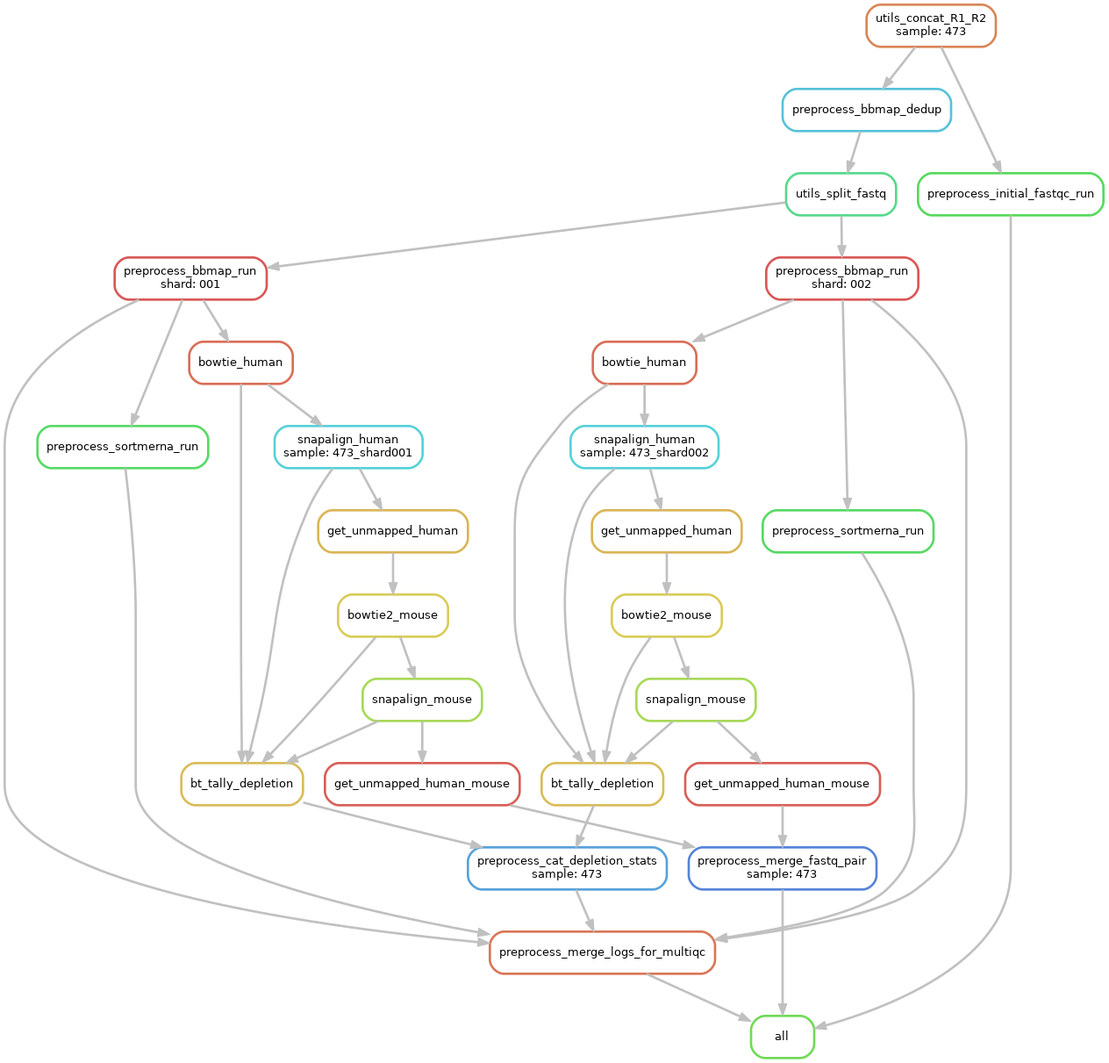
This is images/preprocess_dag.png from vdblab/vdblab-shotgun, a Graphviz export, as it was before one commit. Its source is kept beside it as images/preprocess_dag.dot.
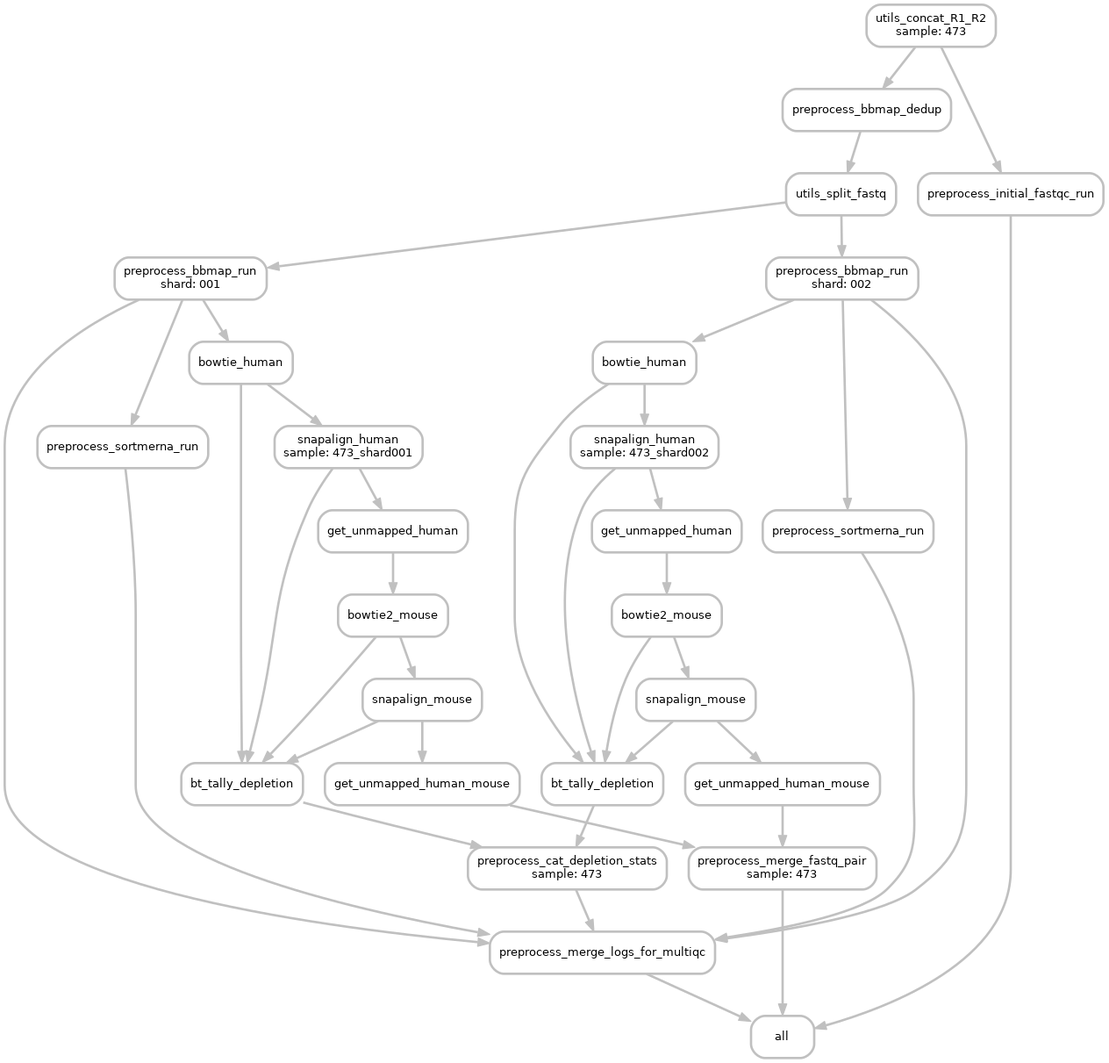
After the change.

The edit, as a diff of the source:
```diff
@@ -2,32 +2,32 @@
     graph[bgcolor=white, margin=0];
     node[shape=box, style=rounded, fontname=sans,                 fontsize=10, penwidth=2];
     edge[penwidth=2, color=grey];
-	0[label = "all", color = "0.30 0.6 0.85", style="rounded"];
-	1[label = "preprocess_merge_fastq_pair\nsample: 473", color = "0.61 0.6 0.85", style="rounded"];
-	2[label = "get_unmapped_human_mouse", color = "0.01 0.6 0.85", style="rounded"];
-	3[label = "snapalign_mouse", color = "0.23 0.6 0.85", style="rounded"];
-	4[label = "bowtie2_mouse", color = "0.15 0.6 0.85", style="rounded"];
-	5[label = "get_unmapped_human", color = "0.12 0.6 0.85", style="rounded"];
-	6[label = "snapalign_human\nsample: 473_shard001", color = "0.51 0.6 0.85", style="rounded"];
-	7[label = "bowtie_human", color = "0.03 0.6 0.85", style="rounded"];
-	8[label = "preprocess_bbmap_run\nshard: 001", color = "0.00 0.6 0.85", style="rounded"];
-	9[label = "utils_split_fastq", color = "0.40 0.6 0.85", style="rounded"];
-	10[label = "preprocess_bbmap_dedup", color = "0.53 0.6 0.85", style="rounded"];
-	11[label = "utils_concat_R1_R2\nsample: 473", color = "0.06 0.6 0.85", style="rounded"];
-	12[label = "get_unmapped_human_mouse", color = "0.01 0.6 0.85", style="rounded"];
-	13[label = "snapalign_mouse", color = "0.23 0.6 0.85", style="rounded"];
-	14[label = "bowtie2_mouse", color = "0.15 0.6 0.85", style="rounded"];
-	15[label = "get_unmapped_human", color = "0.12 0.6 0.85", style="rounded"];
-	16[label = "snapalign_human\nsample: 473_shard002", color = "0.51 0.6 0.85", style="rounded"];
-	17[label = "bowtie_human", color = "0.03 0.6 0.85", style="rounded"];
-	18[label = "preprocess_bbmap_run\nshard: 002", color = "0.00 0.6 0.85", style="rounded"];
-	19[label = "preprocess_merge_logs_for_multiqc", color = "0.04 0.6 0.85", style="rounded"];
-	20[label = "preprocess_sortmerna_run", color = "0.35 0.6 0.85", style="rounded"];
-	21[label = "preprocess_sortmerna_run", color = "0.35 0.6 0.85", style="rounded"];
-	22[label = "preprocess_cat_depletion_stats\nsample: 473", color = "0.57 0.6 0.85", style="rounded"];
-	23[label = "bt_tally_depletion", color = "0.13 0.6 0.85", style="rounded"];
-	24[label = "bt_tally_depletion", color = "0.13 0.6 0.85", style="rounded"];
-	25[label = "preprocess_initial_fastqc_run", color = "0.34 0.6 0.85", style="rounded"];
+	0[label = "all", color = "grey", style="rounded"];
+	1[label = "preprocess_merge_fastq_pair\nsample: 473", color = "grey", style="rounded"];
+	2[label = "get_unmapped_human_mouse", color = "grey", style="rounded"];
+	3[label = "snapalign_mouse", color = "grey", style="rounded"];
+	4[label = "bowtie2_mouse", color = "grey", style="rounded"];
+	5[label = "get_unmapped_human", color = "grey", style="rounded"];
+	6[label = "snapalign_human\nsample: 473_shard001", color = "grey", style="rounded"];
+	7[label = "bowtie_human", color = "grey", style="rounded"];
+	8[label = "preprocess_bbmap_run\nshard: 001", color = "grey", style="rounded"];
+	9[label = "utils_split_fastq", color = "grey", style="rounded"];
+	10[label = "preprocess_bbmap_dedup", color = "grey", style="rounded"];
+	11[label = "utils_concat_R1_R2\nsample: 473", color = "grey", style="rounded"];
+	12[label = "get_unmapped_human_mouse", color = "grey", style="rounded"];
+	13[label = "snapalign_mouse", color = "grey", style="rounded"];
+	14[label = "bowtie2_mouse", color = "grey", style="rounded"];
+	15[label = "get_unmapped_human", color = "grey", style="rounded"];
+	16[label = "snapalign_human\nsample: 473_shard002", color = "grey", style="rounded"];
+	17[label = "bowtie_human", color = "grey", style="rounded"];
+	18[label = "preprocess_bbmap_run\nshard: 002", color = "grey", style="rounded"];
+	19[label = "preprocess_merge_logs_for_multiqc", color = "grey", style="rounded"];
+	20[label = "preprocess_sortmerna_run", color = "grey", style="rounded"];
+	21[label = "preprocess_sortmerna_run", color = "grey", style="rounded"];
+	22[label = "preprocess_cat_depletion_stats\nsample: 473", color = "grey", style="rounded"];
+	23[label = "bt_tally_depletion", color = "grey", style="rounded"];
+	24[label = "bt_tally_depletion", color = "grey", style="rounded"];
+	25[label = "preprocess_initial_fastqc_run", color = "grey", style="rounded"];
 	1 -> 0
 	19 -> 0
 	25 -> 0
```
